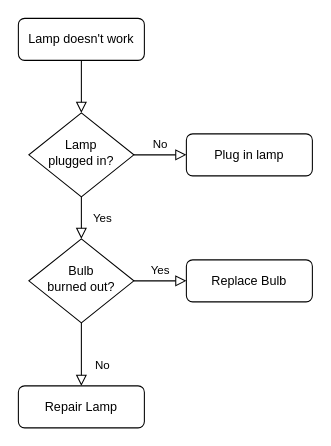
Before: Untitled Diagram.drawio in Mohamadreza-shad/url-shortener, a draw.io diagram. Source tidied: cells renumbered, new cells numbered last; positions are measured from the earlier drawing's top-left corner, leaving out a move shared by most shapes. Both pictures are drawn from the tidied source at 105%, with x=0, y=0 at pixel (18, 18).
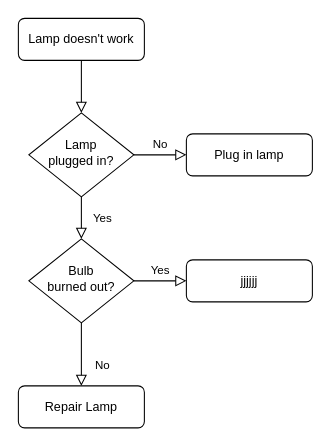
Above is the later version.

Change to the diagram source:
```diff
@@
 <mxGraphModel>
   <root>
     <mxCell id="0" />
     <mxCell id="1" parent="0" />
     <mxCell id="2" style="rounded=0;html=1;jettySize=auto;fontSize=11;endArrow=block;endFill=0;endSize=8;strokeWidth=1;shadow=0;labelBackgroundColor=none;edgeStyle=orthogonalEdgeStyle;" parent="1" edge="1" source="3" target="6">
       <mxGeometry relative="1" as="geometry" />
     </mxCell>
     <mxCell id="3" value="Lamp doesn't work" style="rounded=1;whiteSpace=wrap;html=1;fontSize=12;glass=0;strokeWidth=1;shadow=0;" parent="1" vertex="1">
       <mxGeometry width="120" height="40" as="geometry" />
     </mxCell>
     <mxCell id="4" value="Yes" style="rounded=0;html=1;jettySize=auto;fontSize=11;endArrow=block;endFill=0;endSize=8;strokeWidth=1;shadow=0;labelBackgroundColor=none;edgeStyle=orthogonalEdgeStyle;" parent="1" edge="1" source="6" target="10">
       <mxGeometry y="20" relative="1" as="geometry" />
     </mxCell>
     <mxCell id="5" value="No" style="edgeStyle=orthogonalEdgeStyle;rounded=0;html=1;jettySize=auto;fontSize=11;endArrow=block;endFill=0;endSize=8;strokeWidth=1;shadow=0;labelBackgroundColor=none;" parent="1" edge="1" source="6" target="7">
       <mxGeometry y="10" relative="1" as="geometry" />
     </mxCell>
     <mxCell id="6" value="Lamp&lt;br&gt;plugged in?" style="rhombus;whiteSpace=wrap;html=1;shadow=0;fontFamily=Helvetica;fontSize=12;align=center;strokeWidth=1;spacing=6;spacingTop=-4;" parent="1" vertex="1">
       <mxGeometry x="10" y="90" width="100" height="80" as="geometry" />
     </mxCell>
     <mxCell id="7" value="Plug in lamp" style="rounded=1;whiteSpace=wrap;html=1;fontSize=12;glass=0;strokeWidth=1;shadow=0;" parent="1" vertex="1">
       <mxGeometry x="160" y="110" width="120" height="40" as="geometry" />
     </mxCell>
     <mxCell id="8" value="No" style="rounded=0;html=1;jettySize=auto;fontSize=11;endArrow=block;endFill=0;endSize=8;strokeWidth=1;shadow=0;labelBackgroundColor=none;edgeStyle=orthogonalEdgeStyle;" parent="1" edge="1" source="10" target="11">
       <mxGeometry x="0.33" y="20" relative="1" as="geometry" />
     </mxCell>
     <mxCell id="9" value="Yes" style="edgeStyle=orthogonalEdgeStyle;rounded=0;html=1;jettySize=auto;fontSize=11;endArrow=block;endFill=0;endSize=8;strokeWidth=1;shadow=0;labelBackgroundColor=none;" parent="1" edge="1" source="10" target="12">
       <mxGeometry y="10" relative="1" as="geometry" />
     </mxCell>
     <mxCell id="10" value="Bulb&lt;br&gt;burned out?" style="rhombus;whiteSpace=wrap;html=1;shadow=0;fontFamily=Helvetica;fontSize=12;align=center;strokeWidth=1;spacing=6;spacingTop=-4;" parent="1" vertex="1">
       <mxGeometry x="10" y="210" width="100" height="80" as="geometry" />
     </mxCell>
     <mxCell id="11" value="Repair Lamp" style="rounded=1;whiteSpace=wrap;html=1;fontSize=12;glass=0;strokeWidth=1;shadow=0;" parent="1" vertex="1">
       <mxGeometry y="350" width="120" height="40" as="geometry" />
     </mxCell>
-    <mxCell id="12" value="Replace Bulb" style="rounded=1;whiteSpace=wrap;html=1;fontSize=12;glass=0;strokeWidth=1;shadow=0;" parent="1" vertex="1">
+    <mxCell id="12" value="jjjjjj" style="rounded=1;whiteSpace=wrap;html=1;fontSize=12;glass=0;strokeWidth=1;shadow=0;" parent="1" vertex="1">
       <mxGeometry x="160" y="230" width="120" height="40" as="geometry" />
     </mxCell>
   </root>
 </mxGraphModel>
```
